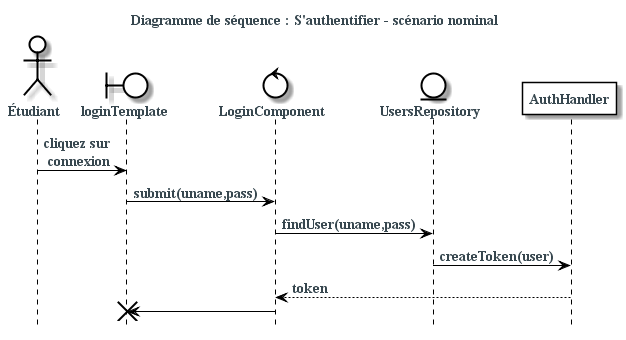
assimhabeek/memoire keeps this PlantUML diagram as diagrammes/dist/sequence/login.png. Above is the earlier version. Its diagram source:
```plantuml
@startuml
skinparam backgroundColor #fff
skinparam defaultFontColor #37474f
skinparam defaultFontSize 14
skinparam defaultFontName serif
skinparam defaultFontStyle bold
skinparam actorBackgroundColor #fff
skinparam actorBorderColor #000
skinparam boundaryBackgroundColor #fff
skinparam boundaryBorderColor #000
skinparam controlBackgroundColor #fff
skinparam controlBorderColor #000
skinparam entityBackgroundColor #fff
skinparam entityBorderColor #000
skinparam participantBackgroundColor #fff
skinparam participantBorderColor #000
skinparam ArrowColor #000
skinparam sequenceLifeLineBorderColor #000
skinparam sequenceBoxBorderColor #FFF
skinparam ParticipantPadding -80

title Diagramme de séquence : S'authentifier - scénario nominal

hide footbox


actor Étudiant as student
boundary loginTemplate
control LoginComponent
entity UsersRepository
participant  AuthHandler as AuthenticationHandler

student ->  loginTemplate : cliquez sur\n connexion
loginTemplate -> LoginComponent : submit(uname,pass)
LoginComponent -> UsersRepository : findUser(uname,pass)
UsersRepository -> AuthenticationHandler : createToken(user)
LoginComponent <-- AuthenticationHandler   : token
LoginComponent -> loginTemplate
destroy loginTemplate

@enduml
```
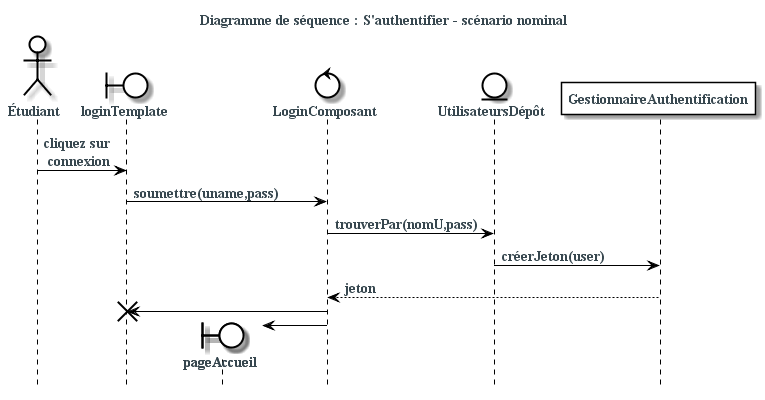
The same diagram one commit later.

Change to the diagram source:
```diff
@@ -26,16 +26,19 @@
 
 actor Étudiant as student
 boundary loginTemplate
-control LoginComponent
-entity UsersRepository
-participant  AuthHandler as AuthenticationHandler
+boundary pageAccueil
+control LoginComposant
+entity UtilisateursDépôt
+participant  GestionnaireAuthentification as AuthenticationHandler
 
 student ->  loginTemplate : cliquez sur\n connexion
-loginTemplate -> LoginComponent : submit(uname,pass)
-LoginComponent -> UsersRepository : findUser(uname,pass)
-UsersRepository -> AuthenticationHandler : createToken(user)
-LoginComponent <-- AuthenticationHandler   : token
-LoginComponent -> loginTemplate
+loginTemplate -> LoginComposant : soumettre(uname,pass)
+LoginComposant -> UtilisateursDépôt : trouverPar(nomU,pass)
+UtilisateursDépôt -> AuthenticationHandler : créerJeton(user)
+LoginComposant <-- AuthenticationHandler   : jeton
+LoginComposant -> loginTemplate
 destroy loginTemplate
+create pageAccueil
+LoginComposant -> pageAccueil
 
 @enduml
```
